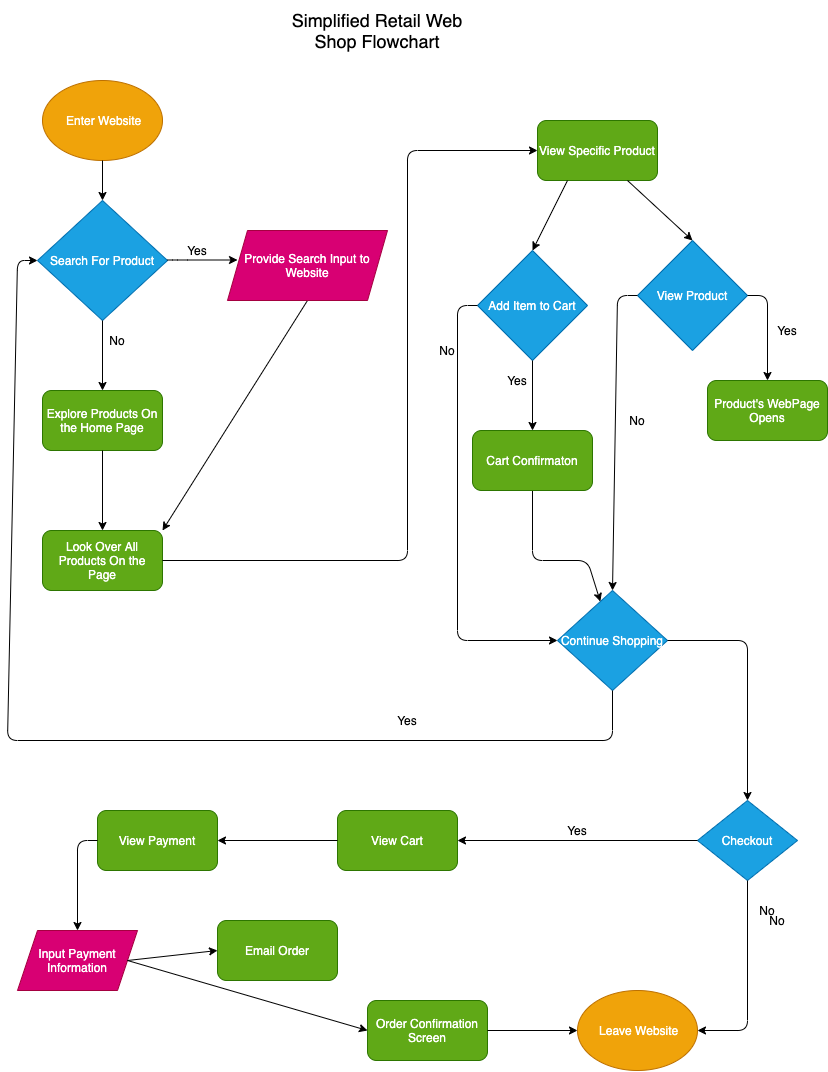
This is part2/part2.drawio.png from aksharans/sp21-cse110-lab4, a draw.io export, as it was before one commit. Source tidied: cells renumbered, new cells last; positions are measured from the earlier drawing's top-left corner, leaving out a move shared by most shapes.
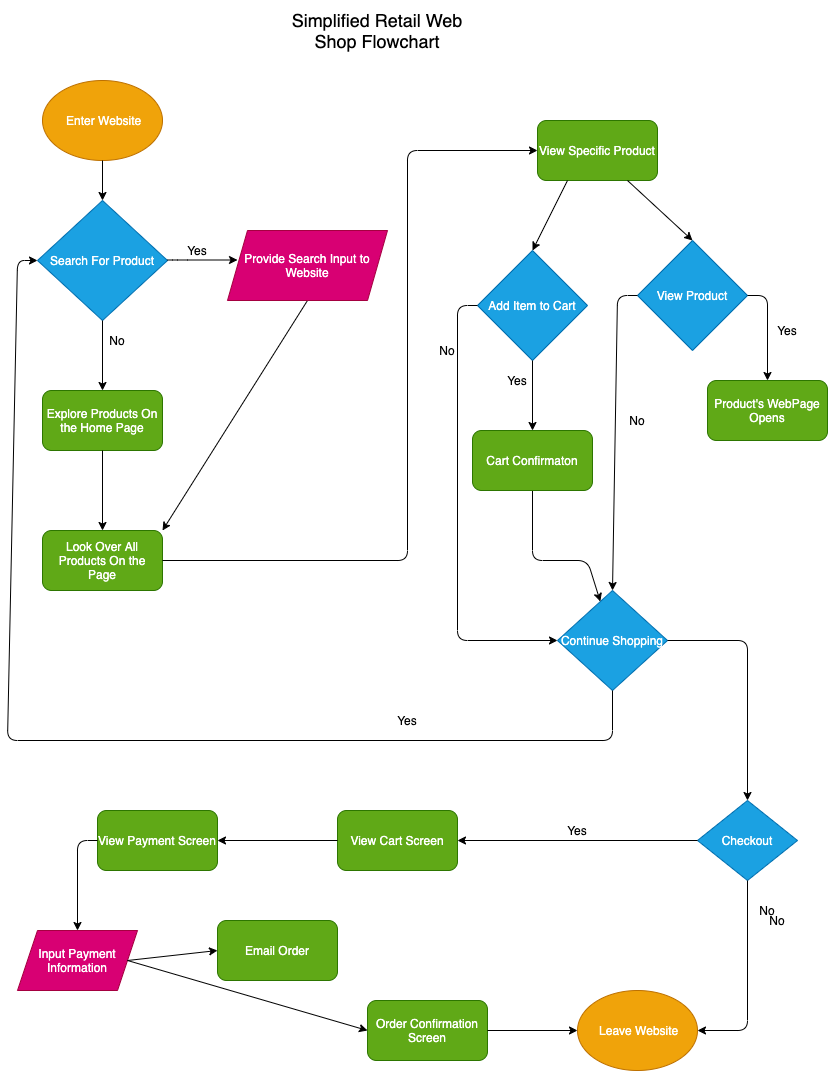
After the commit.

Diff of the diagram source:
```diff
@@ -166,10 +166,10 @@
     <mxCell id="40" value="&lt;font color=&quot;#000000&quot;&gt;Yes&lt;/font&gt;" style="text;html=1;strokeColor=none;fillColor=none;align=center;verticalAlign=middle;whiteSpace=wrap;rounded=0;" parent="1" vertex="1">
       <mxGeometry x="550" y="820" width="40" height="20" as="geometry" />
     </mxCell>
-    <mxCell id="41" value="View Cart" style="rounded=1;whiteSpace=wrap;html=1;fillColor=#60a917;strokeColor=#2D7600;fontColor=#ffffff;" parent="1" vertex="1">
+    <mxCell id="41" value="View Cart Screen" style="rounded=1;whiteSpace=wrap;html=1;fillColor=#60a917;strokeColor=#2D7600;fontColor=#ffffff;" parent="1" vertex="1">
       <mxGeometry x="330" y="810" width="120" height="60" as="geometry" />
     </mxCell>
-    <mxCell id="42" value="View Payment" style="rounded=1;whiteSpace=wrap;html=1;fillColor=#60a917;strokeColor=#2D7600;fontColor=#ffffff;" parent="1" vertex="1">
+    <mxCell id="42" value="View Payment Screen" style="rounded=1;whiteSpace=wrap;html=1;fillColor=#60a917;strokeColor=#2D7600;fontColor=#ffffff;" parent="1" vertex="1">
       <mxGeometry x="90" y="810" width="120" height="60" as="geometry" />
     </mxCell>
     <mxCell id="43" style="endArrow=classic;html=1;strokeColor=#000000;exitX=0;exitY=0.5;exitDx=0;exitDy=0;entryX=1;entryY=0.5;entryDx=0;entryDy=0;" parent="1" edge="1" source="41" target="42">
```
